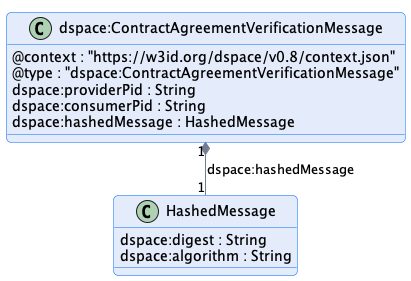
Above: negotiation/message/diagram/contract-agreement-verification-message.png in International-Data-Spaces-Association/ids-specification (PlantUML), before the change.
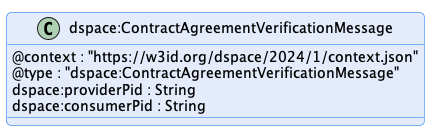
The same diagram one commit later.

Change to the diagram source:
```diff
@@ -7,18 +7,11 @@
 
 
 class "dspace:ContractAgreementVerificationMessage" {
-    @context : "https://w3id.org/dspace/v0.8/context.json"
+    @context : "https://w3id.org/dspace/2024/1/context.json"
     @type : "dspace:ContractAgreementVerificationMessage"
     dspace:providerPid : String
     dspace:consumerPid : String
-    dspace:hashedMessage : HashedMessage
 }
 
-class HashedMessage {
-    dspace:digest : String
-    dspace:algorithm : String
-}
-
-"dspace:ContractAgreementVerificationMessage" "1" *-- "1" "HashedMessage" : "dspace:hashedMessage"
 
 @enduml
```
